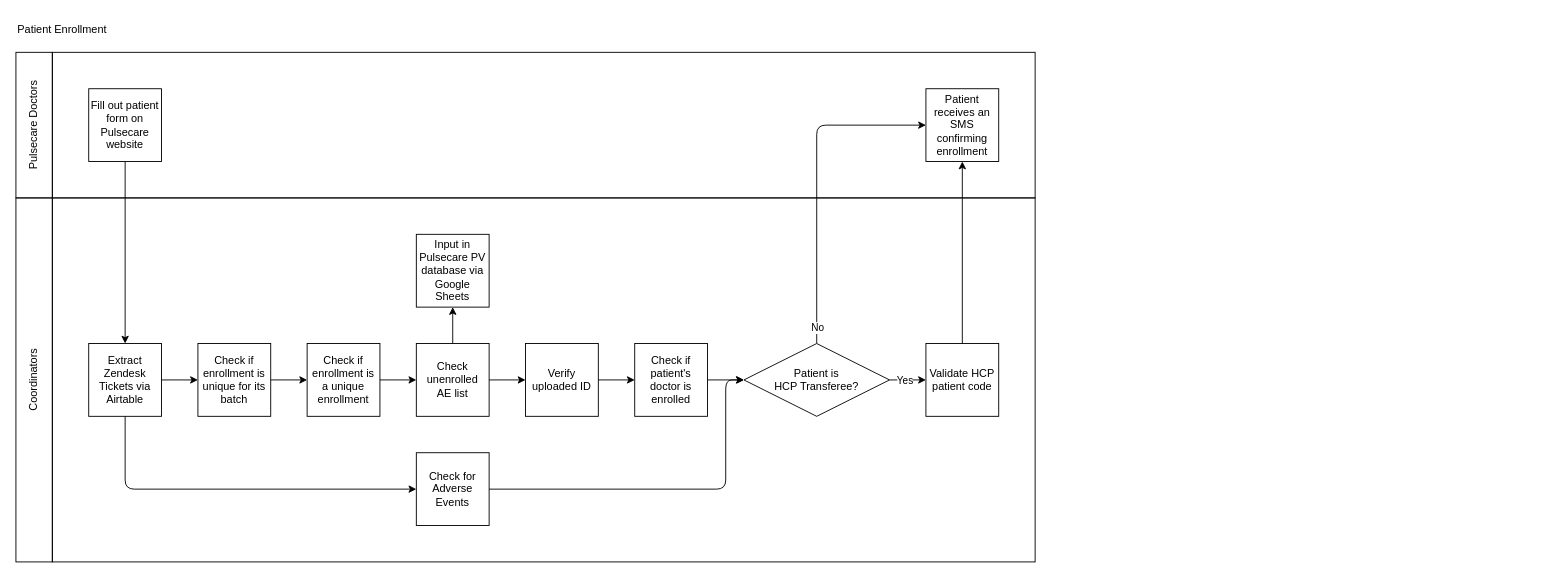
Before: page "Data Flow Diagram" (2 of 2) of Patient Programs/NS Pulse Care/Patient Enrollment.dio in MedGrocer/diagrams, a draw.io diagram. Source tidied: cells renumbered, new cells numbered last; positions are measured from the earlier drawing's top-left corner, leaving out a move shared by most shapes. Both pictures are drawn from the tidied source at 91%, with x=0, y=0 at pixel (-148, 15).
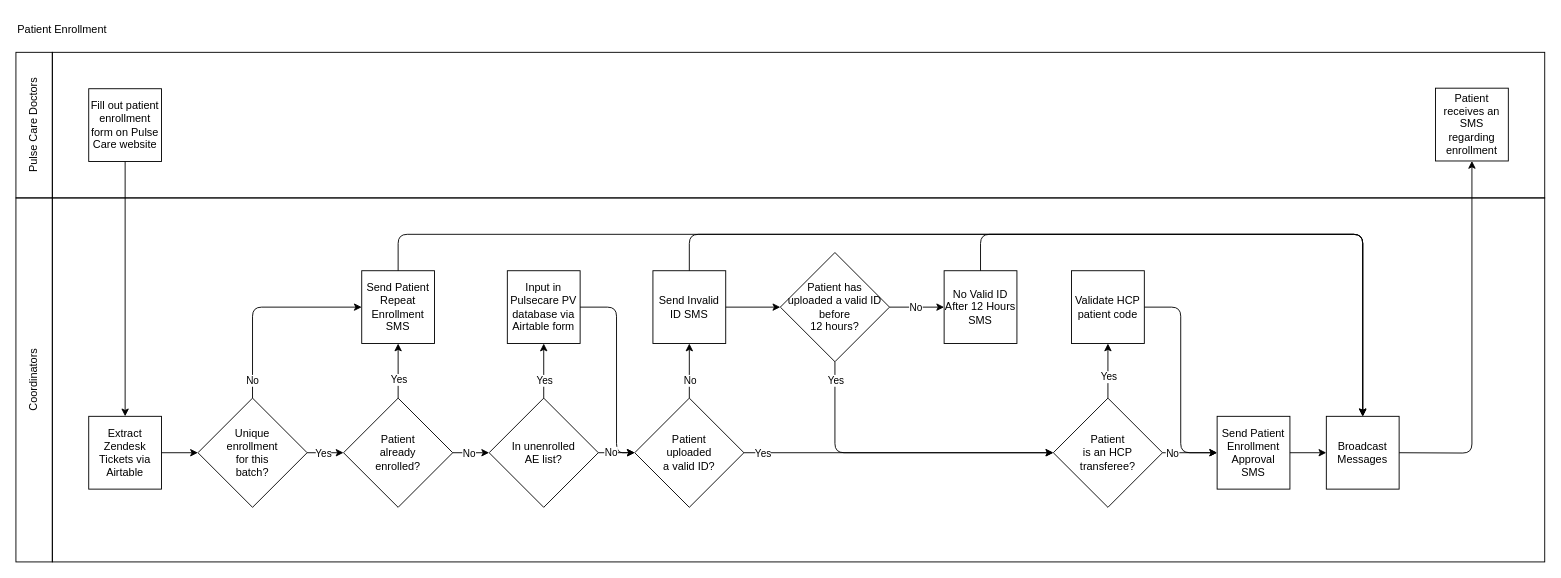
The same page after the edit.

What changed in the source:
```diff
@@
     <mxCell id="2" style="rounded=0;whiteSpace=wrap;html=1;fillColor=none;" parent="1" vertex="1">
-      <mxGeometry x="220" y="200" width="1080" height="400" as="geometry" />
+      <mxGeometry x="220" y="200" width="1640" height="400" as="geometry" />
     </mxCell>
     <mxCell id="3" style="rounded=0;whiteSpace=wrap;html=1;fillColor=none;" parent="1" vertex="1">
-      <mxGeometry x="220" y="40" width="1080" height="160" as="geometry" />
+      <mxGeometry x="220" y="40" width="1640" height="160" as="geometry" />
     </mxCell>
-    <mxCell id="4" value="Pulsecare Doctors" style="rounded=0;whiteSpace=wrap;html=1;fillColor=none;rotation=-90;" parent="1" vertex="1">
+    <mxCell id="4" value="Pulse Care Doctors" style="rounded=0;whiteSpace=wrap;html=1;fillColor=none;rotation=-90;" parent="1" vertex="1">
       <mxGeometry x="120" y="100" width="160" height="40" as="geometry" />
     </mxCell>
@@
-    <mxCell id="8" value="Fill out patient form on Pulsecare website" style="rounded=0;whiteSpace=wrap;html=1;fillColor=none;" parent="1" vertex="1">
+    <mxCell id="8" value="Fill out patient enrollment form on Pulse Care website" style="rounded=0;whiteSpace=wrap;html=1;fillColor=none;" parent="1" vertex="1">
       <mxGeometry x="260" y="80" width="80" height="80" as="geometry" />
     </mxCell>
-    <mxCell id="9" style="edgeStyle=none;html=1;" parent="1" edge="1" source="11" target="13">
-      <mxGeometry relative="1" as="geometry" />
-    </mxCell>
-    <mxCell id="10" style="edgeStyle=none;html=1;entryX=0;entryY=0.5;entryDx=0;entryDy=0;exitX=0.5;exitY=1;exitDx=0;exitDy=0;" parent="1" edge="1" source="11" target="26">
-      <mxGeometry relative="1" as="geometry">
-        <Array as="points">
-          <mxPoint x="300" y="520" />
-        </Array>
-      </mxGeometry>
-    </mxCell>
+    <mxCell id="34" style="edgeStyle=none;html=1;exitX=1;exitY=0.5;exitDx=0;exitDy=0;entryX=0;entryY=0.5;entryDx=0;entryDy=0;" parent="1" edge="1" source="11" target="43">
+      <mxGeometry relative="1" as="geometry" />
+    </mxCell>
     <mxCell id="11" value="Extract Zendesk Tickets via Airtable" style="rounded=0;whiteSpace=wrap;html=1;fillColor=none;" parent="1" vertex="1">
-      <mxGeometry x="260" y="360" width="80" height="80" as="geometry" />
+      <mxGeometry x="260" y="440" width="80" height="80" as="geometry" />
     </mxCell>
-    <mxCell id="12" style="edgeStyle=none;html=1;entryX=0;entryY=0.5;entryDx=0;entryDy=0;" parent="1" edge="1" source="13" target="15">
-      <mxGeometry relative="1" as="geometry" />
-    </mxCell>
-    <mxCell id="13" value="Check if enrollment is unique for its batch" style="rounded=0;whiteSpace=wrap;html=1;fillColor=none;" parent="1" vertex="1">
-      <mxGeometry x="380" y="360" width="80" height="80" as="geometry" />
-    </mxCell>
-    <mxCell id="14" style="edgeStyle=none;html=1;entryX=0;entryY=0.5;entryDx=0;entryDy=0;" parent="1" edge="1" source="15" target="18">
-      <mxGeometry relative="1" as="geometry" />
-    </mxCell>
-    <mxCell id="15" value="Check if enrollment is a unique enrollment" style="rounded=0;whiteSpace=wrap;html=1;fillColor=none;" parent="1" vertex="1">
-      <mxGeometry x="500" y="360" width="80" height="80" as="geometry" />
-    </mxCell>
-    <mxCell id="16" style="edgeStyle=none;html=1;exitX=0.5;exitY=0;exitDx=0;exitDy=0;entryX=0.5;entryY=1;entryDx=0;entryDy=0;" parent="1" edge="1" source="18" target="19">
-      <mxGeometry relative="1" as="geometry" />
-    </mxCell>
-    <mxCell id="17" style="edgeStyle=none;html=1;exitX=1;exitY=0.5;exitDx=0;exitDy=0;entryX=0;entryY=0.5;entryDx=0;entryDy=0;" parent="1" edge="1" source="18" target="21">
-      <mxGeometry relative="1" as="geometry" />
-    </mxCell>
-    <mxCell id="18" value="Check unenrolled&lt;br&gt;AE list" style="rounded=0;whiteSpace=wrap;html=1;fillColor=none;" parent="1" vertex="1">
-      <mxGeometry x="620" y="360" width="80" height="80" as="geometry" />
-    </mxCell>
+    <mxCell id="35" style="edgeStyle=none;html=1;exitX=1;exitY=0.5;exitDx=0;exitDy=0;entryX=0;entryY=0.5;entryDx=0;entryDy=0;" parent="1" edge="1" source="19" target="60">
+      <mxGeometry relative="1" as="geometry">
+        <Array as="points">
+          <mxPoint x="840" y="320" />
+          <mxPoint x="840" y="480" />
+        </Array>
+      </mxGeometry>
+    </mxCell>
-    <mxCell id="19" value="Input in Pulsecare PV database via Google Sheets" style="rounded=0;whiteSpace=wrap;html=1;fillColor=none;" parent="1" vertex="1">
-      <mxGeometry x="620" y="240" width="80" height="80" as="geometry" />
+    <mxCell id="19" value="Input in Pulsecare PV database via Airtable form" style="rounded=0;whiteSpace=wrap;html=1;fillColor=none;" parent="1" vertex="1">
+      <mxGeometry x="720" y="280" width="80" height="80" as="geometry" />
     </mxCell>
-    <mxCell id="20" style="edgeStyle=none;html=1;exitX=1;exitY=0.5;exitDx=0;exitDy=0;entryX=0;entryY=0.5;entryDx=0;entryDy=0;" parent="1" edge="1" source="21" target="23">
-      <mxGeometry relative="1" as="geometry" />
-    </mxCell>
-    <mxCell id="21" value="Verify uploaded ID" style="rounded=0;whiteSpace=wrap;html=1;fillColor=none;" parent="1" vertex="1">
-      <mxGeometry x="740" y="360" width="80" height="80" as="geometry" />
-    </mxCell>
-    <mxCell id="22" style="edgeStyle=none;html=1;entryX=0;entryY=0.5;entryDx=0;entryDy=0;" parent="1" edge="1" source="23" target="31">
-      <mxGeometry relative="1" as="geometry" />
-    </mxCell>
-    <mxCell id="23" value="Check if patient's doctor is enrolled" style="rounded=0;whiteSpace=wrap;html=1;fillColor=none;" parent="1" vertex="1">
-      <mxGeometry x="860" y="360" width="80" height="80" as="geometry" />
-    </mxCell>
-    <mxCell id="24" value="Patient receives an SMS confirming enrollment" style="rounded=0;whiteSpace=wrap;html=1;fillColor=none;" parent="1" vertex="1">
-      <mxGeometry x="1180" y="80" width="80" height="80" as="geometry" />
-    </mxCell>
-    <mxCell id="25" style="edgeStyle=none;html=1;exitX=1;exitY=0.5;exitDx=0;exitDy=0;entryX=0;entryY=0.5;entryDx=0;entryDy=0;" parent="1" edge="1" source="26" target="31">
-      <mxGeometry relative="1" as="geometry">
-        <Array as="points">
-          <mxPoint x="960" y="520" />
-          <mxPoint x="960" y="400" />
-        </Array>
-      </mxGeometry>
-    </mxCell>
-    <mxCell id="26" value="Check for Adverse Events" style="rounded=0;whiteSpace=wrap;html=1;fillColor=none;" parent="1" vertex="1">
-      <mxGeometry x="620" y="480" width="80" height="80" as="geometry" />
-    </mxCell>
-    <mxCell id="27" style="edgeStyle=none;html=1;entryX=0;entryY=0.5;entryDx=0;entryDy=0;" parent="1" edge="1" source="31" target="33">
+    <mxCell id="27" style="edgeStyle=none;html=1;entryX=0.5;entryY=1;entryDx=0;entryDy=0;" parent="1" edge="1" source="31" target="33">
       <mxGeometry relative="1" as="geometry" />
     </mxCell>
@@
-    <mxCell id="29" style="edgeStyle=none;html=1;entryX=0;entryY=0.5;entryDx=0;entryDy=0;" parent="1" edge="1" source="31" target="24">
-      <mxGeometry relative="1" as="geometry">
-        <Array as="points">
-          <mxPoint x="1060" y="120" />
-        </Array>
-      </mxGeometry>
-    </mxCell>
-    <mxCell id="30" value="No" style="edgeLabel;html=1;align=center;verticalAlign=middle;" parent="29" vertex="1">
-      <mxGeometry x="-0.9" relative="1" as="geometry" />
-    </mxCell>
+    <mxCell id="36" style="edgeStyle=none;html=1;exitX=1;exitY=0.5;exitDx=0;exitDy=0;entryX=0;entryY=0.5;entryDx=0;entryDy=0;" parent="1" edge="1" source="31" target="72">
+      <mxGeometry relative="1" as="geometry" />
+    </mxCell>
+    <mxCell id="37" value="No" style="edgeLabel;html=1;align=center;verticalAlign=middle;" parent="36" vertex="1">
+      <mxGeometry x="-0.46" y="1" relative="1" as="geometry">
+        <mxPoint x="-6" y="1" as="offset" />
+      </mxGeometry>
+    </mxCell>
-    <mxCell id="31" value="Patient is&lt;br&gt;HCP Transferee?" style="rhombus;whiteSpace=wrap;html=1;" parent="1" vertex="1">
-      <mxGeometry x="980" y="360" width="160" height="80" as="geometry" />
+    <mxCell id="31" value="Patient&lt;br&gt;is an HCP&lt;br&gt;transferee?" style="rhombus;whiteSpace=wrap;html=1;" parent="1" vertex="1">
+      <mxGeometry x="1320" y="420" width="120" height="120" as="geometry" />
     </mxCell>
-    <mxCell id="32" style="edgeStyle=none;html=1;exitX=0.5;exitY=0;exitDx=0;exitDy=0;" parent="1" edge="1" source="33" target="24">
-      <mxGeometry relative="1" as="geometry" />
-    </mxCell>
+    <mxCell id="38" style="edgeStyle=none;html=1;entryX=0;entryY=0.5;entryDx=0;entryDy=0;" parent="1" edge="1" source="33" target="72">
+      <mxGeometry relative="1" as="geometry">
+        <Array as="points">
+          <mxPoint x="1460" y="320" />
+          <mxPoint x="1460" y="480" />
+        </Array>
+      </mxGeometry>
+    </mxCell>
     <mxCell id="33" value="Validate HCP patient code" style="rounded=0;whiteSpace=wrap;html=1;fillColor=none;" parent="1" vertex="1">
-      <mxGeometry x="1180" y="360" width="80" height="80" as="geometry" />
+      <mxGeometry x="1340" y="280" width="80" height="80" as="geometry" />
     </mxCell>
+    <mxCell id="39" style="edgeStyle=none;html=1;exitX=1;exitY=0.5;exitDx=0;exitDy=0;entryX=0;entryY=0.5;entryDx=0;entryDy=0;" parent="1" edge="1" source="43" target="48">
+      <mxGeometry relative="1" as="geometry" />
+    </mxCell>
+    <mxCell id="40" value="Yes" style="edgeLabel;html=1;align=center;verticalAlign=middle;" parent="39" vertex="1">
+      <mxGeometry x="-0.15" relative="1" as="geometry" />
+    </mxCell>
+    <mxCell id="41" style="edgeStyle=none;html=1;exitX=0.5;exitY=0;exitDx=0;exitDy=0;entryX=0;entryY=0.5;entryDx=0;entryDy=0;" parent="1" edge="1" source="43" target="50">
+      <mxGeometry relative="1" as="geometry">
+        <Array as="points">
+          <mxPoint x="440" y="320" />
+        </Array>
+      </mxGeometry>
+    </mxCell>
+    <mxCell id="42" value="No" style="edgeLabel;html=1;align=center;verticalAlign=middle;" parent="41" vertex="1">
+      <mxGeometry x="-0.82" y="1" relative="1" as="geometry" />
+    </mxCell>
+    <mxCell id="43" value="Unique&lt;br&gt;enrollment&lt;br&gt;for this&lt;br&gt;batch?" style="rhombus;whiteSpace=wrap;html=1;" parent="1" vertex="1">
+      <mxGeometry x="380" y="420" width="120" height="120" as="geometry" />
+    </mxCell>
+    <mxCell id="44" style="edgeStyle=none;html=1;exitX=0.5;exitY=0;exitDx=0;exitDy=0;" parent="1" edge="1" source="48" target="50">
+      <mxGeometry relative="1" as="geometry" />
+    </mxCell>
+    <mxCell id="45" value="Yes" style="edgeLabel;html=1;align=center;verticalAlign=middle;" parent="44" vertex="1">
+      <mxGeometry x="-0.3" relative="1" as="geometry" />
+    </mxCell>
+    <mxCell id="46" style="edgeStyle=none;html=1;exitX=1;exitY=0.5;exitDx=0;exitDy=0;entryX=0;entryY=0.5;entryDx=0;entryDy=0;" parent="1" edge="1" source="48" target="55">
+      <mxGeometry relative="1" as="geometry" />
+    </mxCell>
+    <mxCell id="47" value="No" style="edgeLabel;html=1;align=center;verticalAlign=middle;" parent="46" vertex="1">
+      <mxGeometry x="-0.15" relative="1" as="geometry" />
+    </mxCell>
+    <mxCell id="48" value="Patient&lt;br&gt;already&lt;br&gt;enrolled?" style="rhombus;whiteSpace=wrap;html=1;" parent="1" vertex="1">
+      <mxGeometry x="540" y="420" width="120" height="120" as="geometry" />
+    </mxCell>
+    <mxCell id="49" style="edgeStyle=none;html=1;exitX=0.5;exitY=0;exitDx=0;exitDy=0;entryX=0.5;entryY=0;entryDx=0;entryDy=0;" parent="1" edge="1" source="50" target="74">
+      <mxGeometry relative="1" as="geometry">
+        <Array as="points">
+          <mxPoint x="600" y="240" />
+          <mxPoint x="1660" y="240" />
+        </Array>
+      </mxGeometry>
+    </mxCell>
+    <mxCell id="50" value="Send Patient Repeat Enrollment SMS" style="rounded=0;whiteSpace=wrap;html=1;fillColor=none;" parent="1" vertex="1">
+      <mxGeometry x="560" y="280" width="80" height="80" as="geometry" />
+    </mxCell>
+    <mxCell id="51" style="edgeStyle=none;html=1;" parent="1" edge="1" source="55" target="19">
+      <mxGeometry relative="1" as="geometry" />
+    </mxCell>
+    <mxCell id="52" value="Yes" style="edgeLabel;html=1;align=center;verticalAlign=middle;" parent="51" vertex="1">
+      <mxGeometry x="-0.32" relative="1" as="geometry" />
+    </mxCell>
+    <mxCell id="53" style="edgeStyle=none;html=1;exitX=1;exitY=0.5;exitDx=0;exitDy=0;" parent="1" edge="1" source="55">
+      <mxGeometry relative="1" as="geometry">
+        <mxPoint x="860" y="479.9" as="targetPoint" />
+      </mxGeometry>
+    </mxCell>
+    <mxCell id="54" value="No" style="edgeLabel;html=1;align=center;verticalAlign=middle;" parent="53" vertex="1">
+      <mxGeometry x="-0.31" relative="1" as="geometry" />
+    </mxCell>
+    <mxCell id="55" value="In unenrolled&lt;br&gt;AE list?" style="rhombus;whiteSpace=wrap;html=1;" parent="1" vertex="1">
+      <mxGeometry x="700" y="420" width="120" height="120" as="geometry" />
+    </mxCell>
+    <mxCell id="56" style="edgeStyle=none;html=1;exitX=0.5;exitY=0;exitDx=0;exitDy=0;" parent="1" edge="1" source="60" target="63">
+      <mxGeometry relative="1" as="geometry" />
+    </mxCell>
+    <mxCell id="57" value="No" style="edgeLabel;html=1;align=center;verticalAlign=middle;" parent="56" vertex="1">
+      <mxGeometry x="-0.32" relative="1" as="geometry" />
+    </mxCell>
+    <mxCell id="58" style="edgeStyle=none;html=1;exitX=1;exitY=0.5;exitDx=0;exitDy=0;entryX=0;entryY=0.5;entryDx=0;entryDy=0;" parent="1" edge="1" source="60" target="31">
+      <mxGeometry relative="1" as="geometry" />
+    </mxCell>
+    <mxCell id="59" value="Yes" style="edgeLabel;html=1;align=center;verticalAlign=middle;" parent="58" vertex="1">
+      <mxGeometry x="-0.16" relative="1" as="geometry">
+        <mxPoint x="-123" as="offset" />
+      </mxGeometry>
+    </mxCell>
+    <mxCell id="60" value="Patient&lt;br&gt;uploaded&lt;br&gt;a valid ID?" style="rhombus;whiteSpace=wrap;html=1;" parent="1" vertex="1">
+      <mxGeometry x="860" y="420" width="120" height="120" as="geometry" />
+    </mxCell>
+    <mxCell id="61" style="edgeStyle=none;html=1;exitX=1;exitY=0.5;exitDx=0;exitDy=0;entryX=0;entryY=0.5;entryDx=0;entryDy=0;" parent="1" edge="1" source="63" target="68">
+      <mxGeometry relative="1" as="geometry" />
+    </mxCell>
+    <mxCell id="62" style="edgeStyle=none;html=1;exitX=0.5;exitY=0;exitDx=0;exitDy=0;entryX=0.5;entryY=0;entryDx=0;entryDy=0;" parent="1" edge="1" source="63" target="74">
+      <mxGeometry relative="1" as="geometry">
+        <Array as="points">
+          <mxPoint x="920" y="240" />
+          <mxPoint x="1660" y="240" />
+        </Array>
+      </mxGeometry>
+    </mxCell>
+    <mxCell id="63" value="Send Invalid ID SMS" style="rounded=0;whiteSpace=wrap;html=1;fillColor=none;" parent="1" vertex="1">
+      <mxGeometry x="880" y="280" width="80" height="80" as="geometry" />
+    </mxCell>
+    <mxCell id="64" style="edgeStyle=none;html=1;exitX=1;exitY=0.5;exitDx=0;exitDy=0;" parent="1" edge="1" source="68" target="70">
+      <mxGeometry relative="1" as="geometry" />
+    </mxCell>
+    <mxCell id="65" value="No" style="edgeLabel;html=1;align=center;verticalAlign=middle;" parent="64" vertex="1">
+      <mxGeometry x="-0.08" relative="1" as="geometry" />
+    </mxCell>
+    <mxCell id="66" style="edgeStyle=none;html=1;exitX=0.5;exitY=1;exitDx=0;exitDy=0;entryX=0;entryY=0.5;entryDx=0;entryDy=0;" parent="1" edge="1" source="68" target="31">
+      <mxGeometry relative="1" as="geometry">
+        <Array as="points">
+          <mxPoint x="1080" y="480" />
+        </Array>
+      </mxGeometry>
+    </mxCell>
+    <mxCell id="67" value="Yes" style="edgeLabel;html=1;align=center;verticalAlign=middle;" parent="66" vertex="1">
+      <mxGeometry x="0.01" relative="1" as="geometry">
+        <mxPoint x="-72" y="-80" as="offset" />
+      </mxGeometry>
+    </mxCell>
+    <mxCell id="68" value="Patient has &lt;br&gt;uploaded a valid ID before&lt;br&gt;12 hours?" style="rhombus;whiteSpace=wrap;html=1;" parent="1" vertex="1">
+      <mxGeometry x="1020" y="260" width="120" height="120" as="geometry" />
+    </mxCell>
+    <mxCell id="69" style="edgeStyle=none;html=1;exitX=0.5;exitY=0;exitDx=0;exitDy=0;entryX=0.5;entryY=0;entryDx=0;entryDy=0;" parent="1" edge="1" source="70" target="74">
+      <mxGeometry relative="1" as="geometry">
+        <Array as="points">
+          <mxPoint x="1240" y="240" />
+          <mxPoint x="1660" y="240" />
+        </Array>
+      </mxGeometry>
+    </mxCell>
+    <mxCell id="70" value="No Valid ID After 12 Hours SMS" style="rounded=0;whiteSpace=wrap;html=1;fillColor=none;" parent="1" vertex="1">
+      <mxGeometry x="1200" y="280" width="80" height="80" as="geometry" />
+    </mxCell>
+    <mxCell id="71" style="edgeStyle=none;html=1;exitX=1;exitY=0.5;exitDx=0;exitDy=0;" parent="1" edge="1" source="72" target="74">
+      <mxGeometry relative="1" as="geometry" />
+    </mxCell>
+    <mxCell id="72" value="Send Patient Enrollment Approval&lt;br&gt;SMS" style="rounded=0;whiteSpace=wrap;html=1;fillColor=none;" parent="1" vertex="1">
+      <mxGeometry x="1500" y="440" width="80" height="80" as="geometry" />
+    </mxCell>
+    <mxCell id="73" style="edgeStyle=none;html=1;exitX=1;exitY=0.5;exitDx=0;exitDy=0;entryX=0.5;entryY=1;entryDx=0;entryDy=0;" parent="1" edge="1" source="74" target="75">
+      <mxGeometry relative="1" as="geometry">
+        <Array as="points">
+          <mxPoint x="1780" y="480.4" />
+        </Array>
+      </mxGeometry>
+    </mxCell>
+    <mxCell id="74" value="Broadcast&lt;br&gt;Messages" style="rounded=0;whiteSpace=wrap;html=1;fillColor=none;" parent="1" vertex="1">
+      <mxGeometry x="1620" y="440" width="80" height="80" as="geometry" />
+    </mxCell>
+    <mxCell id="75" value="Patient receives an SMS regarding enrollment" style="rounded=0;whiteSpace=wrap;html=1;fillColor=none;" parent="1" vertex="1">
+      <mxGeometry x="1740" y="79.4" width="80" height="80" as="geometry" />
+    </mxCell>
```
